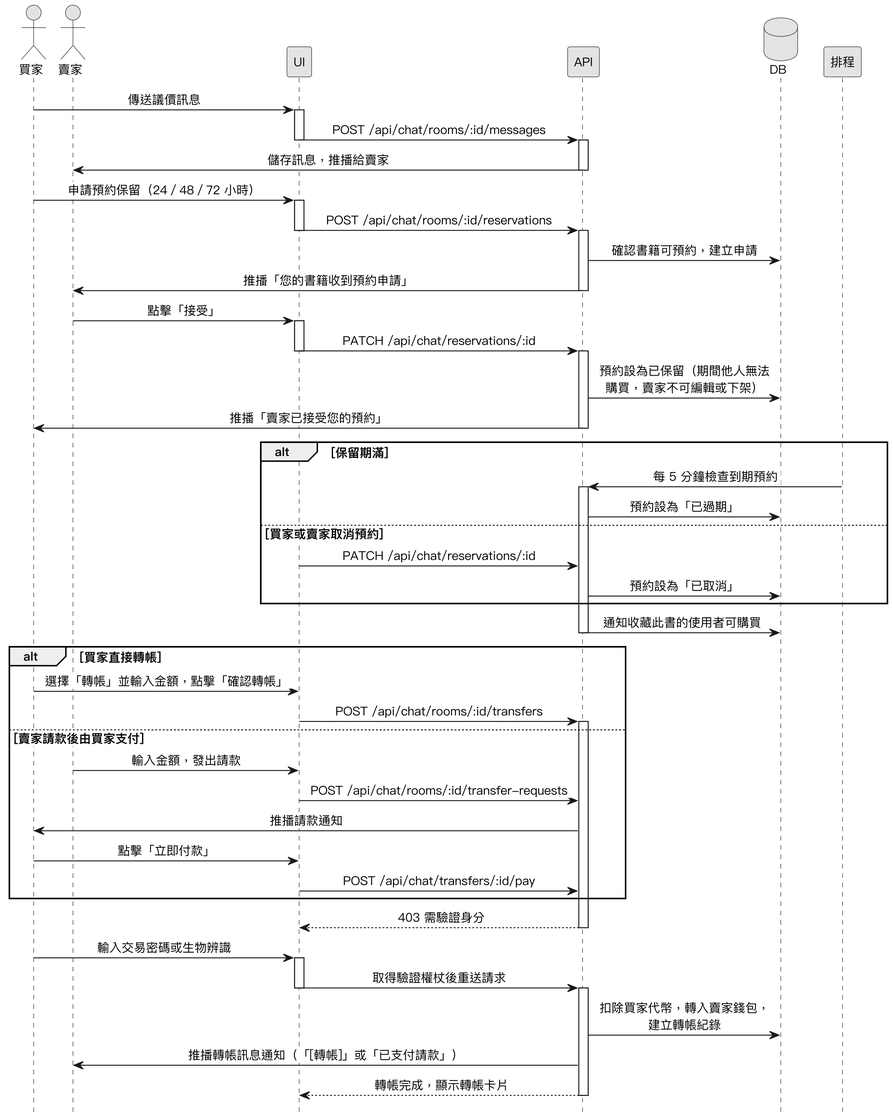
Before: Diagrams/Sequence Diagrams/v3/seq_chat_transfer.png, a diagram exported from PlantUML (SaveMyBook/SaveMyBook).
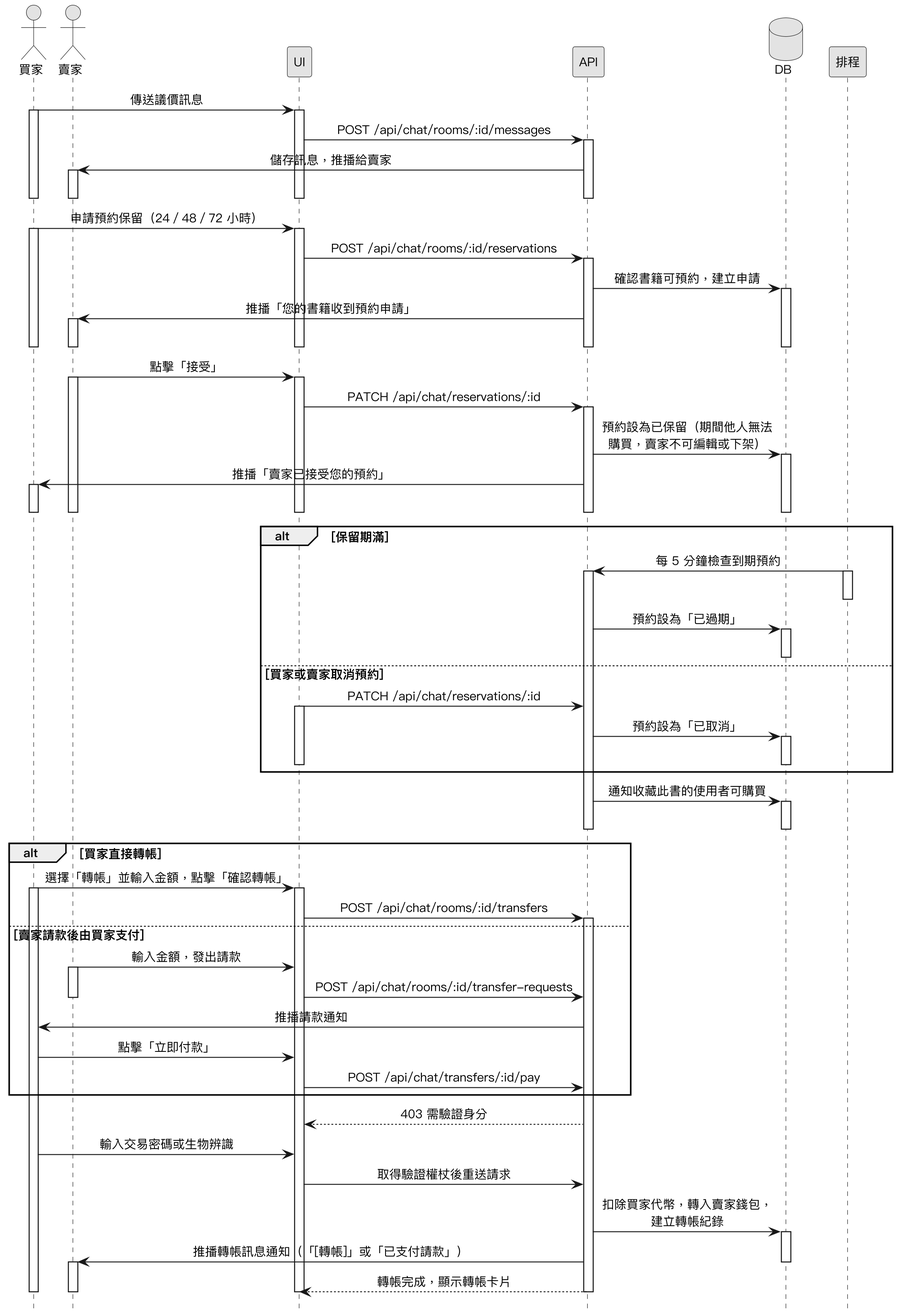
Later version of the same file.

Change to the diagram source:
```diff
@@ -16,62 +16,88 @@
 participant 排程
 
 買家 -> UI : 傳送議價訊息
+activate 買家
 activate UI
 UI -> API : POST /api/chat/rooms/:id/messages
+activate API
+API -> 賣家 ++ : 儲存訊息，推播給賣家
+deactivate 賣家
+deactivate API
 deactivate UI
-activate API
-API -> 賣家 : 儲存訊息，推播給賣家
-deactivate API
+deactivate 買家
 
 買家 -> UI : 申請預約保留（24／48／72 小時）
+activate 買家
 activate UI
 UI -> API : POST /api/chat/rooms/:id/reservations
-deactivate UI
 activate API
 API -> DB : 確認書籍可預約，建立申請
-API -> 賣家 : 推播「您的書籍收到預約申請」
+activate DB
+API -> 賣家 ++ : 推播「您的書籍收到預約申請」
+deactivate DB
+deactivate 賣家
 deactivate API
+deactivate UI
+deactivate 買家
 
 賣家 -> UI : 點擊「接受」
+activate 賣家
 activate UI
 UI -> API : PATCH /api/chat/reservations/:id
-deactivate UI
 activate API
 API -> DB : 預約設為已保留（期間他人無法\n購買，賣家不可編輯或下架）
-API -> 買家 : 推播「賣家已接受您的預約」
+activate DB
+API -> 買家 ++ : 推播「賣家已接受您的預約」
+deactivate DB
+deactivate 買家
 deactivate API
+deactivate UI
+deactivate 賣家
 
 alt 保留期滿
   排程 -> API : 每 5 分鐘檢查到期預約
+  activate 排程
   activate API
-  API -> DB : 預約設為「已過期」
+  deactivate 排程
+  API -> DB ++ : 預約設為「已過期」
+  deactivate DB
 else 買家或賣家取消預約
   UI -> API : PATCH /api/chat/reservations/:id
-  API -> DB : 預約設為「已取消」
+  activate UI
+  API -> DB ++ : 預約設為「已取消」
+  deactivate DB
+  deactivate UI
 end
-API -> DB : 通知收藏此書的使用者可購買
+API -> DB ++ : 通知收藏此書的使用者可購買
+deactivate DB
 deactivate API
 
 alt 買家直接轉帳
   買家 -> UI : 選擇「轉帳」並輸入金額，點擊「確認轉帳」
+  activate 買家
+  activate UI
   UI -> API : POST /api/chat/rooms/:id/transfers
   activate API
 else 賣家請款後由買家支付
   賣家 -> UI : 輸入金額，發出請款
+  activate 賣家
   UI -> API : POST /api/chat/rooms/:id/transfer-requests
+  deactivate 賣家
   API -> 買家 : 推播請款通知
   買家 -> UI : 點擊「立即付款」
   UI -> API : POST /api/chat/transfers/:id/pay
 end
 API --> UI : 403 需驗證身分
+買家 -> UI : 輸入交易密碼或生物辨識
+UI -> API : 取得驗證權杖後重送請求
+API -> DB : 扣除買家代幣，轉入賣家錢包，\n建立轉帳紀錄
+activate DB
+API -> 賣家 : 推播轉帳訊息通知（「[轉帳]」或「已支付請款」）
+deactivate DB
+activate 賣家
+API --> UI : 轉帳完成，顯示轉帳卡片
+deactivate 賣家
 deactivate API
-買家 -> UI : 輸入交易密碼或生物辨識
-activate UI
-UI -> API : 取得驗證權杖後重送請求
 deactivate UI
-activate API
-API -> DB : 扣除買家代幣，轉入賣家錢包，\n建立轉帳紀錄
-API -> 賣家 : 推播轉帳訊息通知（「[轉帳]」或「已支付請款」）
-API --> UI : 轉帳完成，顯示轉帳卡片
-deactivate API
+deactivate 買家
 @enduml
```
